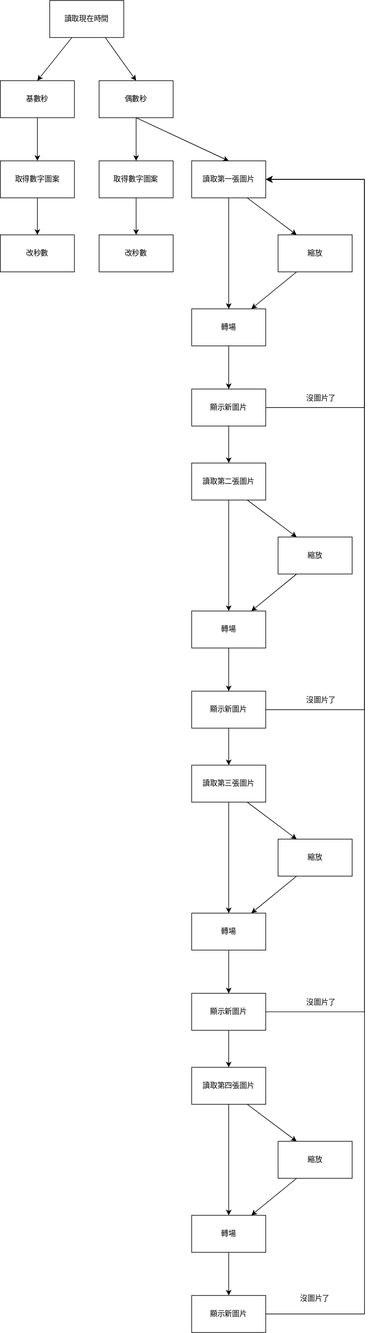
This is project3/flow_chart.svg from guanyu0108/SOC, a draw.io export, as it was before one commit. Source tidied: cells renumbered, new cells last; positions are measured from the earlier drawing's top-left corner, leaving out a move shared by most shapes.
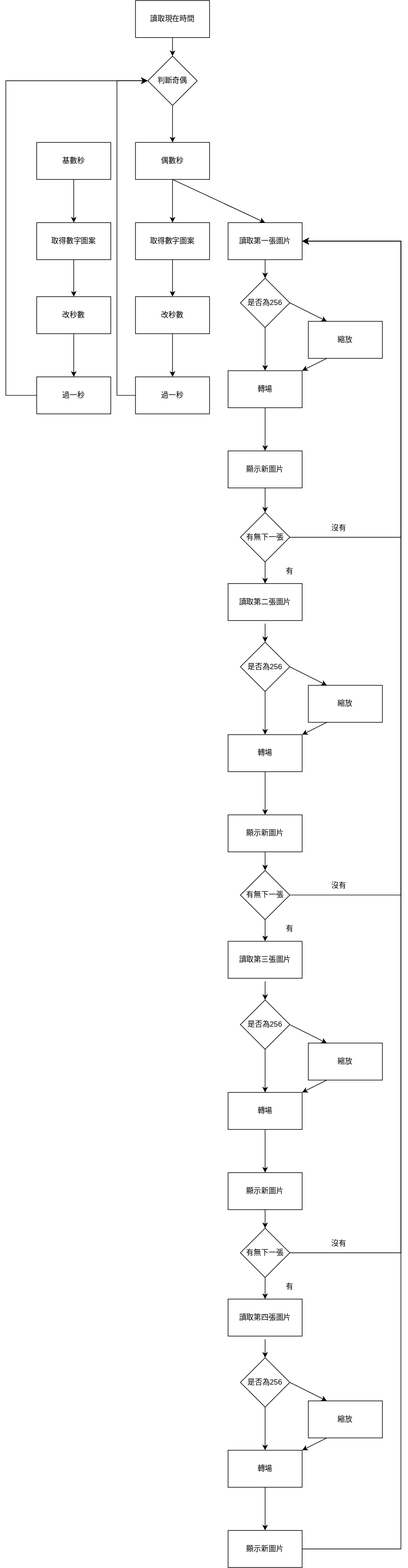
After the change.

Commit message:
flow chart svg

Diff of the diagram source:
```diff
@@ -4,7 +4,7 @@
     <mxCell id="1" parent="0" />
-    <mxCell id="2" style="edgeStyle=none;html=1;entryX=0.5;entryY=0;entryDx=0;entryDy=0;" parent="1" edge="1" source="3" target="5">
-      <mxGeometry relative="1" as="geometry" />
-    </mxCell>
+    <mxCell id="59" style="edgeStyle=none;html=1;" parent="1" edge="1" source="3" target="106">
+      <mxGeometry relative="1" as="geometry" />
+    </mxCell>
     <mxCell id="3" value="讀取現在時間" style="rounded=0;whiteSpace=wrap;html=1;" parent="1" vertex="1">
-      <mxGeometry x="80" width="120" height="60" as="geometry" />
+      <mxGeometry x="160" y="-100" width="120" height="60" as="geometry" />
     </mxCell>
@@ -30,5 +30,5 @@
     </mxCell>
-    <mxCell id="10" style="edgeStyle=none;html=1;entryX=0.5;entryY=0;entryDx=0;entryDy=0;exitX=0.75;exitY=1;exitDx=0;exitDy=0;" parent="1" edge="1" source="3" target="9">
-      <mxGeometry relative="1" as="geometry" />
-    </mxCell>
+    <mxCell id="60" style="edgeStyle=none;html=1;" parent="1" edge="1" source="11" target="107">
+      <mxGeometry relative="1" as="geometry" />
+    </mxCell>
     <mxCell id="11" value="改秒數" style="rounded=0;whiteSpace=wrap;html=1;" parent="1" vertex="1">
@@ -36,5 +36,10 @@
     </mxCell>
-    <mxCell id="12" style="edgeStyle=none;html=1;" parent="1" edge="1" source="13" target="19">
-      <mxGeometry relative="1" as="geometry" />
+    <mxCell id="12" style="edgeStyle=none;html=1;" parent="1" edge="1" target="19">
+      <mxGeometry relative="1" as="geometry">
+        <mxPoint x="370" y="410" as="sourcePoint" />
+      </mxGeometry>
     </mxCell>
+    <mxCell id="61" style="edgeStyle=none;html=1;" parent="1" edge="1" source="13" target="67">
+      <mxGeometry relative="1" as="geometry" />
+    </mxCell>
     <mxCell id="13" value="讀取第一張圖片" style="rounded=0;whiteSpace=wrap;html=1;" parent="1" vertex="1">
@@ -48,2 +53,5 @@
     </mxCell>
+    <mxCell id="62" style="edgeStyle=none;html=1;" parent="1" edge="1" source="16" target="108">
+      <mxGeometry relative="1" as="geometry" />
+    </mxCell>
     <mxCell id="16" value="改秒數" style="rounded=0;whiteSpace=wrap;html=1;" parent="1" vertex="1">
@@ -64,8 +72,8 @@
     <mxCell id="21" value="縮放" style="rounded=0;whiteSpace=wrap;html=1;" parent="1" vertex="1">
-      <mxGeometry x="450" y="380" width="120" height="60" as="geometry" />
+      <mxGeometry x="440" y="420" width="120" height="60" as="geometry" />
     </mxCell>
-    <mxCell id="22" style="edgeStyle=none;html=1;entryX=0.25;entryY=0;entryDx=0;entryDy=0;exitX=0.75;exitY=1;exitDx=0;exitDy=0;" parent="1" edge="1" source="13" target="21">
+    <mxCell id="22" style="edgeStyle=none;html=1;entryX=0.25;entryY=0;entryDx=0;entryDy=0;exitX=1;exitY=0.5;exitDx=0;exitDy=0;" parent="1" edge="1" source="67" target="21">
       <mxGeometry relative="1" as="geometry" />
     </mxCell>
-    <mxCell id="23" style="edgeStyle=none;html=1;" parent="1" edge="1" source="24" target="26">
+    <mxCell id="23" style="edgeStyle=none;html=1;entryX=0.5;entryY=0;entryDx=0;entryDy=0;" parent="1" edge="1" source="24" target="64">
       <mxGeometry relative="1" as="geometry" />
@@ -75,88 +83,9 @@
     </mxCell>
-    <mxCell id="25" style="edgeStyle=none;html=1;" parent="1" edge="1" source="26" target="28">
-      <mxGeometry relative="1" as="geometry" />
-    </mxCell>
     <mxCell id="26" value="讀取第二張圖片" style="rounded=0;whiteSpace=wrap;html=1;" parent="1" vertex="1">
-      <mxGeometry x="310" y="750" width="120" height="60" as="geometry" />
+      <mxGeometry x="310" y="845" width="120" height="60" as="geometry" />
     </mxCell>
-    <mxCell id="27" style="edgeStyle=none;html=1;" parent="1" edge="1" source="28" target="32">
-      <mxGeometry relative="1" as="geometry" />
-    </mxCell>
-    <mxCell id="28" value="轉場" style="rounded=0;whiteSpace=wrap;html=1;" parent="1" vertex="1">
-      <mxGeometry x="310" y="990" width="120" height="60" as="geometry" />
-    </mxCell>
-    <mxCell id="29" style="edgeStyle=none;html=1;exitX=0.25;exitY=1;exitDx=0;exitDy=0;" parent="1" edge="1" source="30" target="28">
-      <mxGeometry relative="1" as="geometry" />
-    </mxCell>
-    <mxCell id="30" value="縮放" style="rounded=0;whiteSpace=wrap;html=1;" parent="1" vertex="1">
-      <mxGeometry x="450" y="870" width="120" height="60" as="geometry" />
-    </mxCell>
-    <mxCell id="31" style="edgeStyle=none;html=1;entryX=0.25;entryY=0;entryDx=0;entryDy=0;exitX=0.75;exitY=1;exitDx=0;exitDy=0;" parent="1" edge="1" source="26" target="30">
-      <mxGeometry relative="1" as="geometry" />
-    </mxCell>
-    <mxCell id="32" value="顯示新圖片" style="rounded=0;whiteSpace=wrap;html=1;" parent="1" vertex="1">
-      <mxGeometry x="310" y="1120" width="120" height="60" as="geometry" />
-    </mxCell>
-    <mxCell id="33" style="edgeStyle=none;html=1;" parent="1" edge="1" target="35">
-      <mxGeometry relative="1" as="geometry">
-        <mxPoint x="370" y="1180" as="sourcePoint" />
-      </mxGeometry>
-    </mxCell>
-    <mxCell id="34" style="edgeStyle=none;html=1;" parent="1" edge="1" source="35" target="37">
-      <mxGeometry relative="1" as="geometry" />
-    </mxCell>
-    <mxCell id="35" value="讀取第三張圖片" style="rounded=0;whiteSpace=wrap;html=1;" parent="1" vertex="1">
-      <mxGeometry x="310" y="1240" width="120" height="60" as="geometry" />
-    </mxCell>
-    <mxCell id="36" style="edgeStyle=none;html=1;" parent="1" edge="1" source="37" target="41">
-      <mxGeometry relative="1" as="geometry" />
-    </mxCell>
-    <mxCell id="37" value="轉場" style="rounded=0;whiteSpace=wrap;html=1;" parent="1" vertex="1">
-      <mxGeometry x="310" y="1480" width="120" height="60" as="geometry" />
-    </mxCell>
-    <mxCell id="38" style="edgeStyle=none;html=1;exitX=0.25;exitY=1;exitDx=0;exitDy=0;" parent="1" edge="1" source="39" target="37">
-      <mxGeometry relative="1" as="geometry" />
-    </mxCell>
-    <mxCell id="39" value="縮放" style="rounded=0;whiteSpace=wrap;html=1;" parent="1" vertex="1">
-      <mxGeometry x="450" y="1360" width="120" height="60" as="geometry" />
-    </mxCell>
-    <mxCell id="40" style="edgeStyle=none;html=1;entryX=0.25;entryY=0;entryDx=0;entryDy=0;exitX=0.75;exitY=1;exitDx=0;exitDy=0;" parent="1" edge="1" source="35" target="39">
-      <mxGeometry relative="1" as="geometry" />
-    </mxCell>
-    <mxCell id="41" value="顯示新圖片" style="rounded=0;whiteSpace=wrap;html=1;" parent="1" vertex="1">
-      <mxGeometry x="310" y="1610" width="120" height="60" as="geometry" />
-    </mxCell>
-    <mxCell id="42" style="edgeStyle=none;html=1;" parent="1" edge="1" target="44">
-      <mxGeometry relative="1" as="geometry">
-        <mxPoint x="370" y="1670" as="sourcePoint" />
-      </mxGeometry>
-    </mxCell>
-    <mxCell id="43" style="edgeStyle=none;html=1;" parent="1" edge="1" source="44" target="46">
-      <mxGeometry relative="1" as="geometry" />
-    </mxCell>
-    <mxCell id="44" value="讀取第四張圖片" style="rounded=0;whiteSpace=wrap;html=1;" parent="1" vertex="1">
-      <mxGeometry x="310" y="1730" width="120" height="60" as="geometry" />
-    </mxCell>
-    <mxCell id="45" style="edgeStyle=none;html=1;" parent="1" edge="1" source="46" target="50">
-      <mxGeometry relative="1" as="geometry" />
-    </mxCell>
-    <mxCell id="46" value="轉場" style="rounded=0;whiteSpace=wrap;html=1;" parent="1" vertex="1">
-      <mxGeometry x="310" y="1970" width="120" height="60" as="geometry" />
-    </mxCell>
-    <mxCell id="47" style="edgeStyle=none;html=1;exitX=0.25;exitY=1;exitDx=0;exitDy=0;" parent="1" edge="1" source="48" target="46">
-      <mxGeometry relative="1" as="geometry" />
-    </mxCell>
-    <mxCell id="48" value="縮放" style="rounded=0;whiteSpace=wrap;html=1;" parent="1" vertex="1">
-      <mxGeometry x="450" y="1850" width="120" height="60" as="geometry" />
-    </mxCell>
-    <mxCell id="49" style="edgeStyle=none;html=1;entryX=0.25;entryY=0;entryDx=0;entryDy=0;exitX=0.75;exitY=1;exitDx=0;exitDy=0;" parent="1" edge="1" source="44" target="48">
-      <mxGeometry relative="1" as="geometry" />
-    </mxCell>
-    <mxCell id="50" value="顯示新圖片" style="rounded=0;whiteSpace=wrap;html=1;" parent="1" vertex="1">
-      <mxGeometry x="310" y="2100" width="120" height="60" as="geometry" />
-    </mxCell>
-    <mxCell id="51" style="edgeStyle=elbowEdgeStyle;elbow=horizontal;endArrow=classic;html=1;curved=0;rounded=0;endSize=8;startSize=8;entryX=1;entryY=0.5;entryDx=0;entryDy=0;" parent="1" edge="1" target="13">
+    <mxCell id="51" style="edgeStyle=elbowEdgeStyle;elbow=horizontal;endArrow=classic;html=1;curved=0;rounded=0;endSize=8;startSize=8;entryX=1;entryY=0.5;entryDx=0;entryDy=0;exitX=1;exitY=0.5;exitDx=0;exitDy=0;" parent="1" edge="1" source="64" target="13">
       <mxGeometry relative="1" as="geometry">
-        <mxPoint x="430" y="660" as="sourcePoint" />
         <Array as="points">
+          <mxPoint x="590" y="520" />
           <mxPoint x="590" y="470" />
@@ -165,6 +94,3 @@
     </mxCell>
-    <mxCell id="52" value="沒圖片了" style="text;html=1;strokeColor=none;fillColor=none;align=center;verticalAlign=middle;whiteSpace=wrap;rounded=0;" parent="1" vertex="1">
-      <mxGeometry x="490" y="630" width="60" height="30" as="geometry" />
-    </mxCell>
-    <mxCell id="53" style="edgeStyle=elbowEdgeStyle;elbow=horizontal;endArrow=classic;html=1;curved=0;rounded=0;endSize=8;startSize=8;entryX=1;entryY=0.5;entryDx=0;entryDy=0;exitX=1;exitY=0.5;exitDx=0;exitDy=0;" parent="1" edge="1" source="32">
+    <mxCell id="53" style="edgeStyle=elbowEdgeStyle;elbow=horizontal;endArrow=classic;html=1;curved=0;rounded=0;endSize=8;startSize=8;entryX=1;entryY=0.5;entryDx=0;entryDy=0;" parent="1" edge="1" source="79">
       <mxGeometry relative="1" as="geometry">
@@ -176,3 +102,3 @@
     </mxCell>
-    <mxCell id="54" style="edgeStyle=elbowEdgeStyle;elbow=horizontal;endArrow=classic;html=1;curved=0;rounded=0;endSize=8;startSize=8;entryX=1;entryY=0.5;entryDx=0;entryDy=0;exitX=1;exitY=0.5;exitDx=0;exitDy=0;" parent="1" edge="1" source="41">
+    <mxCell id="54" style="edgeStyle=elbowEdgeStyle;elbow=horizontal;endArrow=classic;html=1;curved=0;rounded=0;endSize=8;startSize=8;entryX=1;entryY=0.5;entryDx=0;entryDy=0;exitX=1;exitY=0.5;exitDx=0;exitDy=0;" parent="1" edge="1" source="103">
       <mxGeometry relative="1" as="geometry">
@@ -184,3 +110,3 @@
     </mxCell>
-    <mxCell id="55" style="edgeStyle=elbowEdgeStyle;elbow=horizontal;endArrow=classic;html=1;curved=0;rounded=0;endSize=8;startSize=8;entryX=1;entryY=0.5;entryDx=0;entryDy=0;exitX=1;exitY=0.5;exitDx=0;exitDy=0;" parent="1" edge="1" source="50">
+    <mxCell id="55" style="edgeStyle=elbowEdgeStyle;elbow=horizontal;endArrow=classic;html=1;curved=0;rounded=0;endSize=8;startSize=8;entryX=1;entryY=0.5;entryDx=0;entryDy=0;exitX=1;exitY=0.5;exitDx=0;exitDy=0;" parent="1" edge="1" source="93">
       <mxGeometry relative="1" as="geometry">
@@ -192,11 +118,179 @@
     </mxCell>
-    <mxCell id="56" value="沒圖片了" style="text;html=1;strokeColor=none;fillColor=none;align=center;verticalAlign=middle;whiteSpace=wrap;rounded=0;" parent="1" vertex="1">
-      <mxGeometry x="490" y="1120" width="60" height="30" as="geometry" />
-    </mxCell>
-    <mxCell id="57" value="沒圖片了" style="text;html=1;strokeColor=none;fillColor=none;align=center;verticalAlign=middle;whiteSpace=wrap;rounded=0;" parent="1" vertex="1">
-      <mxGeometry x="490" y="1610" width="60" height="30" as="geometry" />
-    </mxCell>
-    <mxCell id="58" value="沒圖片了" style="text;html=1;strokeColor=none;fillColor=none;align=center;verticalAlign=middle;whiteSpace=wrap;rounded=0;" parent="1" vertex="1">
-      <mxGeometry x="480" y="2090" width="60" height="30" as="geometry" />
-    </mxCell>
+    <mxCell id="63" style="edgeStyle=none;html=1;" parent="1" edge="1" source="64" target="26">
+      <mxGeometry relative="1" as="geometry" />
+    </mxCell>
+    <mxCell id="64" value="有無下一張" style="rhombus;whiteSpace=wrap;html=1;" parent="1" vertex="1">
+      <mxGeometry x="330" y="730" width="80" height="80" as="geometry" />
+    </mxCell>
+    <mxCell id="65" value="沒有" style="text;html=1;strokeColor=none;fillColor=none;align=center;verticalAlign=middle;whiteSpace=wrap;rounded=0;" parent="1" vertex="1">
+      <mxGeometry x="460" y="740" width="60" height="30" as="geometry" />
+    </mxCell>
+    <mxCell id="66" value="有" style="text;html=1;strokeColor=none;fillColor=none;align=center;verticalAlign=middle;whiteSpace=wrap;rounded=0;" parent="1" vertex="1">
+      <mxGeometry x="380" y="810" width="60" height="30" as="geometry" />
+    </mxCell>
+    <mxCell id="67" value="是否為256" style="rhombus;whiteSpace=wrap;html=1;" parent="1" vertex="1">
+      <mxGeometry x="330" y="350" width="80" height="80" as="geometry" />
+    </mxCell>
+    <mxCell id="68" style="edgeStyle=none;html=1;" parent="1" edge="1" target="71">
+      <mxGeometry relative="1" as="geometry">
+        <mxPoint x="370" y="1000" as="sourcePoint" />
+      </mxGeometry>
+    </mxCell>
+    <mxCell id="69" style="edgeStyle=none;html=1;" parent="1" edge="1" target="76">
+      <mxGeometry relative="1" as="geometry">
+        <mxPoint x="370" y="910" as="sourcePoint" />
+      </mxGeometry>
+    </mxCell>
+    <mxCell id="70" style="edgeStyle=none;html=1;" parent="1" edge="1" source="71" target="75">
+      <mxGeometry relative="1" as="geometry" />
+    </mxCell>
+    <mxCell id="71" value="轉場" style="rounded=0;whiteSpace=wrap;html=1;" parent="1" vertex="1">
+      <mxGeometry x="310" y="1090" width="120" height="60" as="geometry" />
+    </mxCell>
+    <mxCell id="72" style="edgeStyle=none;html=1;exitX=0.25;exitY=1;exitDx=0;exitDy=0;" parent="1" edge="1" source="73" target="71">
+      <mxGeometry relative="1" as="geometry" />
+    </mxCell>
+    <mxCell id="73" value="縮放" style="rounded=0;whiteSpace=wrap;html=1;" parent="1" vertex="1">
+      <mxGeometry x="440" y="1010" width="120" height="60" as="geometry" />
+    </mxCell>
+    <mxCell id="74" style="edgeStyle=none;html=1;entryX=0.25;entryY=0;entryDx=0;entryDy=0;exitX=1;exitY=0.5;exitDx=0;exitDy=0;" parent="1" edge="1" source="76" target="73">
+      <mxGeometry relative="1" as="geometry" />
+    </mxCell>
+    <mxCell id="75" value="顯示新圖片" style="rounded=0;whiteSpace=wrap;html=1;" parent="1" vertex="1">
+      <mxGeometry x="310" y="1220" width="120" height="60" as="geometry" />
+    </mxCell>
+    <mxCell id="76" value="是否為256" style="rhombus;whiteSpace=wrap;html=1;" parent="1" vertex="1">
+      <mxGeometry x="330" y="940" width="80" height="80" as="geometry" />
+    </mxCell>
+    <mxCell id="77" style="edgeStyle=none;html=1;" parent="1" edge="1">
+      <mxGeometry relative="1" as="geometry">
+        <mxPoint x="370" y="1280" as="sourcePoint" />
+        <mxPoint x="370" y="1310" as="targetPoint" />
+      </mxGeometry>
+    </mxCell>
+    <mxCell id="35" value="讀取第三張圖片" style="rounded=0;whiteSpace=wrap;html=1;" parent="1" vertex="1">
+      <mxGeometry x="310" y="1425" width="120" height="60" as="geometry" />
+    </mxCell>
+    <mxCell id="78" style="edgeStyle=none;html=1;" parent="1" edge="1" source="79" target="35">
+      <mxGeometry relative="1" as="geometry" />
+    </mxCell>
+    <mxCell id="79" value="有無下一張" style="rhombus;whiteSpace=wrap;html=1;" parent="1" vertex="1">
+      <mxGeometry x="330" y="1310" width="80" height="80" as="geometry" />
+    </mxCell>
+    <mxCell id="80" value="沒有" style="text;html=1;strokeColor=none;fillColor=none;align=center;verticalAlign=middle;whiteSpace=wrap;rounded=0;" parent="1" vertex="1">
+      <mxGeometry x="460" y="1320" width="60" height="30" as="geometry" />
+    </mxCell>
+    <mxCell id="81" value="有" style="text;html=1;strokeColor=none;fillColor=none;align=center;verticalAlign=middle;whiteSpace=wrap;rounded=0;" parent="1" vertex="1">
+      <mxGeometry x="380" y="1390" width="60" height="30" as="geometry" />
+    </mxCell>
+    <mxCell id="82" style="edgeStyle=none;html=1;" parent="1" edge="1" target="85">
+      <mxGeometry relative="1" as="geometry">
+        <mxPoint x="370" y="1580" as="sourcePoint" />
+      </mxGeometry>
+    </mxCell>
+    <mxCell id="83" style="edgeStyle=none;html=1;" parent="1" edge="1" target="90">
+      <mxGeometry relative="1" as="geometry">
+        <mxPoint x="370" y="1490" as="sourcePoint" />
+      </mxGeometry>
+    </mxCell>
+    <mxCell id="84" style="edgeStyle=none;html=1;" parent="1" edge="1" source="85" target="89">
+      <mxGeometry relative="1" as="geometry" />
+    </mxCell>
+    <mxCell id="85" value="轉場" style="rounded=0;whiteSpace=wrap;html=1;" parent="1" vertex="1">
+      <mxGeometry x="310" y="1670" width="120" height="60" as="geometry" />
+    </mxCell>
+    <mxCell id="86" style="edgeStyle=none;html=1;exitX=0.25;exitY=1;exitDx=0;exitDy=0;" parent="1" edge="1" source="87" target="85">
+      <mxGeometry relative="1" as="geometry" />
+    </mxCell>
+    <mxCell id="87" value="縮放" style="rounded=0;whiteSpace=wrap;html=1;" parent="1" vertex="1">
+      <mxGeometry x="440" y="1590" width="120" height="60" as="geometry" />
+    </mxCell>
+    <mxCell id="88" style="edgeStyle=none;html=1;entryX=0.25;entryY=0;entryDx=0;entryDy=0;exitX=1;exitY=0.5;exitDx=0;exitDy=0;" parent="1" edge="1" source="90" target="87">
+      <mxGeometry relative="1" as="geometry" />
+    </mxCell>
+    <mxCell id="89" value="顯示新圖片" style="rounded=0;whiteSpace=wrap;html=1;" parent="1" vertex="1">
+      <mxGeometry x="310" y="1800" width="120" height="60" as="geometry" />
+    </mxCell>
+    <mxCell id="90" value="是否為256" style="rhombus;whiteSpace=wrap;html=1;" parent="1" vertex="1">
+      <mxGeometry x="330" y="1520" width="80" height="80" as="geometry" />
+    </mxCell>
+    <mxCell id="91" style="edgeStyle=none;html=1;" parent="1" edge="1">
+      <mxGeometry relative="1" as="geometry">
+        <mxPoint x="370" y="1860" as="sourcePoint" />
+        <mxPoint x="370" y="1890" as="targetPoint" />
+      </mxGeometry>
+    </mxCell>
+    <mxCell id="44" value="讀取第四張圖片" style="rounded=0;whiteSpace=wrap;html=1;" parent="1" vertex="1">
+      <mxGeometry x="310" y="2005" width="120" height="60" as="geometry" />
+    </mxCell>
+    <mxCell id="92" style="edgeStyle=none;html=1;" parent="1" edge="1" source="93" target="44">
+      <mxGeometry relative="1" as="geometry" />
+    </mxCell>
+    <mxCell id="93" value="有無下一張" style="rhombus;whiteSpace=wrap;html=1;" parent="1" vertex="1">
+      <mxGeometry x="330" y="1890" width="80" height="80" as="geometry" />
+    </mxCell>
+    <mxCell id="94" value="沒有" style="text;html=1;strokeColor=none;fillColor=none;align=center;verticalAlign=middle;whiteSpace=wrap;rounded=0;" parent="1" vertex="1">
+      <mxGeometry x="460" y="1900" width="60" height="30" as="geometry" />
+    </mxCell>
+    <mxCell id="95" value="有" style="text;html=1;strokeColor=none;fillColor=none;align=center;verticalAlign=middle;whiteSpace=wrap;rounded=0;" parent="1" vertex="1">
+      <mxGeometry x="380" y="1970" width="60" height="30" as="geometry" />
+    </mxCell>
+    <mxCell id="96" style="edgeStyle=none;html=1;" parent="1" edge="1" target="99">
+      <mxGeometry relative="1" as="geometry">
+        <mxPoint x="370" y="2160" as="sourcePoint" />
+      </mxGeometry>
+    </mxCell>
+    <mxCell id="97" style="edgeStyle=none;html=1;" parent="1" edge="1" target="104">
+      <mxGeometry relative="1" as="geometry">
+        <mxPoint x="370" y="2070" as="sourcePoint" />
+      </mxGeometry>
+    </mxCell>
+    <mxCell id="98" style="edgeStyle=none;html=1;" parent="1" edge="1" source="99" target="103">
+      <mxGeometry relative="1" as="geometry" />
+    </mxCell>
+    <mxCell id="99" value="轉場" style="rounded=0;whiteSpace=wrap;html=1;" parent="1" vertex="1">
+      <mxGeometry x="310" y="2250" width="120" height="60" as="geometry" />
+    </mxCell>
+    <mxCell id="100" style="edgeStyle=none;html=1;exitX=0.25;exitY=1;exitDx=0;exitDy=0;" parent="1" edge="1" source="101" target="99">
+      <mxGeometry relative="1" as="geometry" />
+    </mxCell>
+    <mxCell id="101" value="縮放" style="rounded=0;whiteSpace=wrap;html=1;" parent="1" vertex="1">
+      <mxGeometry x="440" y="2170" width="120" height="60" as="geometry" />
+    </mxCell>
+    <mxCell id="102" style="edgeStyle=none;html=1;entryX=0.25;entryY=0;entryDx=0;entryDy=0;exitX=1;exitY=0.5;exitDx=0;exitDy=0;" parent="1" edge="1" source="104" target="101">
+      <mxGeometry relative="1" as="geometry" />
+    </mxCell>
+    <mxCell id="103" value="顯示新圖片" style="rounded=0;whiteSpace=wrap;html=1;" parent="1" vertex="1">
+      <mxGeometry x="310" y="2380" width="120" height="60" as="geometry" />
+    </mxCell>
+    <mxCell id="104" value="是否為256" style="rhombus;whiteSpace=wrap;html=1;" parent="1" vertex="1">
+      <mxGeometry x="330" y="2100" width="80" height="80" as="geometry" />
+    </mxCell>
+    <mxCell id="105" style="edgeStyle=none;html=1;" parent="1" edge="1" source="106" target="9">
+      <mxGeometry relative="1" as="geometry" />
+    </mxCell>
+    <mxCell id="106" value="判斷奇偶" style="rhombus;whiteSpace=wrap;html=1;" parent="1" vertex="1">
+      <mxGeometry x="180" y="-10" width="80" height="80" as="geometry" />
+    </mxCell>
+    <mxCell id="107" value="過一秒" style="rounded=0;whiteSpace=wrap;html=1;" parent="1" vertex="1">
+      <mxGeometry y="510" width="120" height="60" as="geometry" />
+    </mxCell>
+    <mxCell id="108" value="過一秒" style="rounded=0;whiteSpace=wrap;html=1;" parent="1" vertex="1">
+      <mxGeometry x="160" y="510" width="120" height="60" as="geometry" />
+    </mxCell>
+    <mxCell id="109" style="edgeStyle=elbowEdgeStyle;elbow=horizontal;endArrow=classic;html=1;curved=0;rounded=0;endSize=8;startSize=8;exitX=0;exitY=0.5;exitDx=0;exitDy=0;entryX=0;entryY=0.5;entryDx=0;entryDy=0;" parent="1" edge="1" source="107" target="106">
+      <mxGeometry relative="1" as="geometry">
+        <Array as="points">
+          <mxPoint x="-50" y="280" />
+        </Array>
+      </mxGeometry>
+    </mxCell>
+    <mxCell id="110" style="edgeStyle=elbowEdgeStyle;elbow=horizontal;endArrow=classic;html=1;curved=0;rounded=0;endSize=8;startSize=8;exitX=0;exitY=0.5;exitDx=0;exitDy=0;entryX=0;entryY=0.5;entryDx=0;entryDy=0;" parent="1" edge="1" source="108">
+      <mxGeometry relative="1" as="geometry">
+        <mxPoint x="180" y="30" as="targetPoint" />
+        <Array as="points">
+          <mxPoint x="130" y="290" />
+        </Array>
+      </mxGeometry>
+    </mxCell>
   </root>
```
